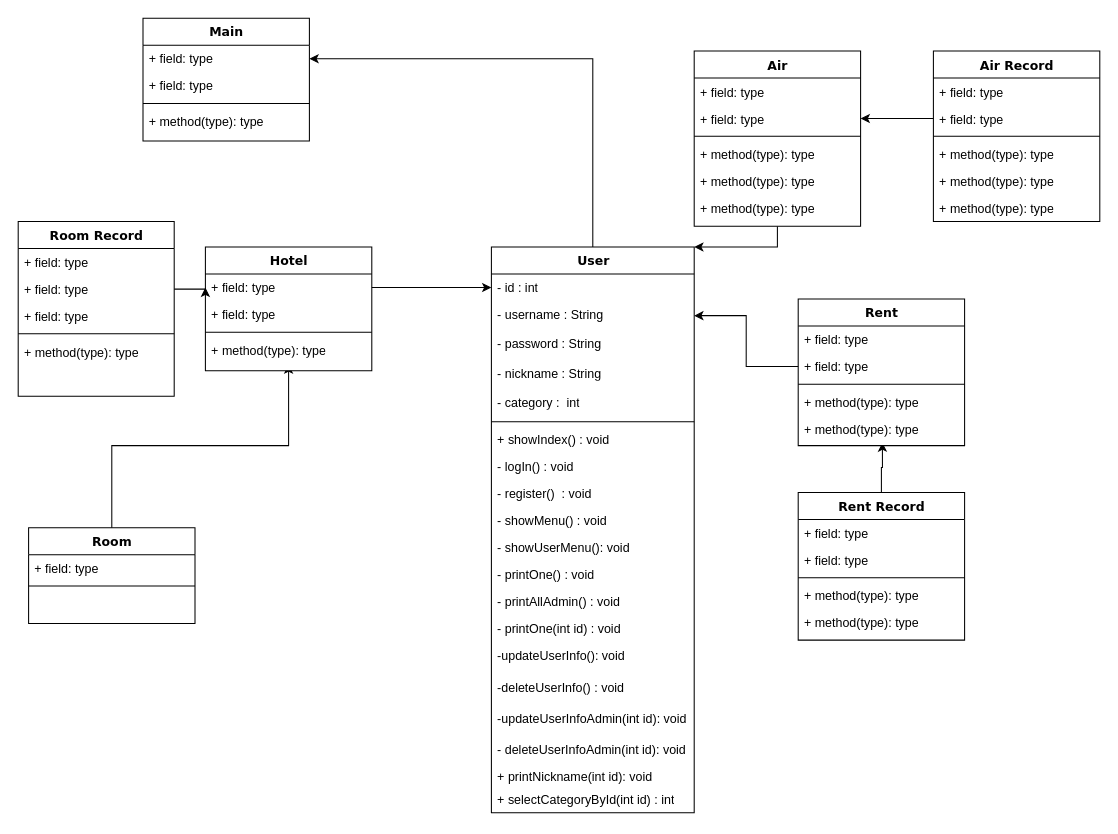
yunheeversal/Study keeps this draw.io diagram as 제목 없는 다이어그램.drawio. Above is the earlier version. Source tidied: cells renumbered, new cells numbered last; positions are measured from the earlier drawing's top-left corner, leaving out a move shared by most shapes. Both pictures are drawn from the tidied source at 104%, with x=0, y=0 at pixel (18, 18).
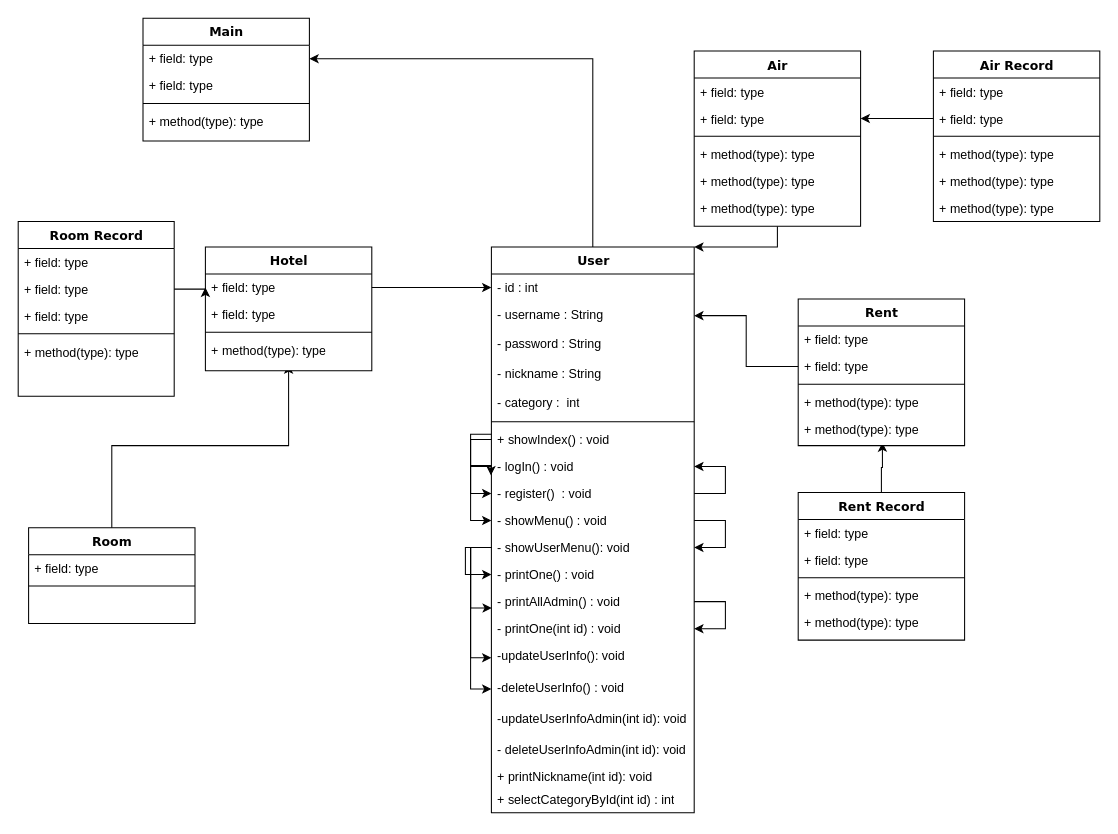
The same page after the edit.

Unchanged cells that the change refers to:
```xml
<mxCell id="9" value="User" style="swimlane;html=1;fontStyle=1;align=center;verticalAlign=top;horizontal=1;startSize=26;swimlaneFillColor=#ffffff;rounded=0;shadow=0;comic=0;labelBackgroundColor=none;strokeWidth=1;fillColor=none;fontFamily=Verdana;fontSize=12;" parent="1" vertex="1">
  <mxGeometry x="455" y="220" width="195" height="544" as="geometry" />
</mxCell>
<mxCell id="16" value="+ showIndex() : void" style="text;html=1;strokeColor=none;fillColor=none;align=left;verticalAlign=top;spacingLeft=4;spacingRight=4;whiteSpace=wrap;overflow=hidden;points=[[0,0.5],[1,0.5]];portConstraint=eastwest;" parent="9" vertex="1">
  <mxGeometry y="172" width="195" height="26" as="geometry" />
</mxCell>
<mxCell id="17" value="-&amp;nbsp;logIn() : void" style="text;html=1;strokeColor=none;fillColor=none;align=left;verticalAlign=top;spacingLeft=4;spacingRight=4;whiteSpace=wrap;overflow=hidden;points=[[0,0.5],[1,0.5]];portConstraint=eastwest;" parent="9" vertex="1">
  <mxGeometry y="198" width="195" height="26" as="geometry" />
</mxCell>
<mxCell id="18" value="-&amp;nbsp;register()&amp;nbsp; : void" style="text;html=1;strokeColor=none;fillColor=none;align=left;verticalAlign=top;spacingLeft=4;spacingRight=4;whiteSpace=wrap;overflow=hidden;points=[[0,0.5],[1,0.5]];portConstraint=eastwest;" parent="9" vertex="1">
  <mxGeometry y="224" width="195" height="26" as="geometry" />
</mxCell>
<mxCell id="19" value="-&amp;nbsp;showMenu() : void" style="text;html=1;strokeColor=none;fillColor=none;align=left;verticalAlign=top;spacingLeft=4;spacingRight=4;whiteSpace=wrap;overflow=hidden;points=[[0,0.5],[1,0.5]];portConstraint=eastwest;" parent="9" vertex="1">
  <mxGeometry y="250" width="195" height="26" as="geometry" />
</mxCell>
<mxCell id="20" value="-&amp;nbsp;showUserMenu(): void" style="text;html=1;strokeColor=none;fillColor=none;align=left;verticalAlign=top;spacingLeft=4;spacingRight=4;whiteSpace=wrap;overflow=hidden;points=[[0,0.5],[1,0.5]];portConstraint=eastwest;" parent="9" vertex="1">
  <mxGeometry y="276" width="195" height="26" as="geometry" />
</mxCell>
<mxCell id="21" value="-&amp;nbsp;printOne() : void" style="text;html=1;strokeColor=none;fillColor=none;align=left;verticalAlign=top;spacingLeft=4;spacingRight=4;whiteSpace=wrap;overflow=hidden;points=[[0,0.5],[1,0.5]];portConstraint=eastwest;" parent="9" vertex="1">
  <mxGeometry y="302" width="195" height="26" as="geometry" />
</mxCell>
<mxCell id="22" value="-&amp;nbsp;printAllAdmin() : void" style="text;html=1;strokeColor=none;fillColor=none;align=left;verticalAlign=top;spacingLeft=4;spacingRight=4;whiteSpace=wrap;overflow=hidden;points=[[0,0.5],[1,0.5]];portConstraint=eastwest;" parent="9" vertex="1">
  <mxGeometry y="328" width="195" height="26" as="geometry" />
</mxCell>
<mxCell id="23" value="-&amp;nbsp;printOne(int id) : void" style="text;html=1;strokeColor=none;fillColor=none;align=left;verticalAlign=top;spacingLeft=4;spacingRight=4;whiteSpace=wrap;overflow=hidden;points=[[0,0.5],[1,0.5]];portConstraint=eastwest;" parent="9" vertex="1">
  <mxGeometry y="354" width="195" height="26" as="geometry" />
</mxCell>
<mxCell id="24" value="-updateUserInfo(): void" style="text;html=1;strokeColor=none;fillColor=none;align=left;verticalAlign=top;spacingLeft=4;spacingRight=4;whiteSpace=wrap;overflow=hidden;points=[[0,0.5],[1,0.5]];portConstraint=eastwest;" parent="9" vertex="1">
  <mxGeometry y="380" width="195" height="30" as="geometry" />
</mxCell>
<mxCell id="25" value="-deleteUserInfo() : void" style="text;html=1;strokeColor=none;fillColor=none;align=left;verticalAlign=top;spacingLeft=4;spacingRight=4;whiteSpace=wrap;overflow=hidden;points=[[0,0.5],[1,0.5]];portConstraint=eastwest;" parent="9" vertex="1">
  <mxGeometry y="410" width="195" height="30" as="geometry" />
</mxCell>
```

The edit, as a diff of the source:
```diff
@@
+    <mxCell id="76" style="edgeStyle=orthogonalEdgeStyle;rounded=0;jettySize=auto;html=1;entryX=-0.002;entryY=0.83;entryDx=0;entryDy=0;entryPerimeter=0;" parent="9" edge="1" source="16" target="17">
+      <mxGeometry relative="1" as="geometry">
+        <Array as="points">
+          <mxPoint x="-20" y="180" />
+          <mxPoint x="-20" y="210" />
+          <mxPoint y="210" />
+        </Array>
+      </mxGeometry>
+    </mxCell>
+    <mxCell id="77" style="edgeStyle=orthogonalEdgeStyle;rounded=0;jettySize=auto;html=1;exitX=0;exitY=0.5;exitDx=0;exitDy=0;entryX=0;entryY=0.5;entryDx=0;entryDy=0;" parent="9" edge="1" source="16" target="18">
+      <mxGeometry relative="1" as="geometry" />
+    </mxCell>
@@
+    <mxCell id="78" style="edgeStyle=orthogonalEdgeStyle;rounded=0;jettySize=auto;html=1;exitX=0;exitY=0.5;exitDx=0;exitDy=0;entryX=0;entryY=0.5;entryDx=0;entryDy=0;" parent="9" edge="1" source="17" target="19">
+      <mxGeometry relative="1" as="geometry" />
+    </mxCell>
@@
+    <mxCell id="79" style="edgeStyle=orthogonalEdgeStyle;rounded=0;jettySize=auto;html=1;exitX=1;exitY=0.5;exitDx=0;exitDy=0;entryX=1;entryY=0.5;entryDx=0;entryDy=0;" parent="9" edge="1" source="18" target="17">
+      <mxGeometry relative="1" as="geometry">
+        <Array as="points">
+          <mxPoint x="225" y="237" />
+          <mxPoint x="225" y="211" />
+        </Array>
+      </mxGeometry>
+    </mxCell>
@@
+    <mxCell id="80" style="edgeStyle=orthogonalEdgeStyle;rounded=0;jettySize=auto;html=1;exitX=1;exitY=0.5;exitDx=0;exitDy=0;entryX=1;entryY=0.5;entryDx=0;entryDy=0;" parent="9" edge="1" source="19" target="20">
+      <mxGeometry relative="1" as="geometry">
+        <Array as="points">
+          <mxPoint x="225" y="263" />
+          <mxPoint x="225" y="289" />
+        </Array>
+      </mxGeometry>
+    </mxCell>
@@
+    <mxCell id="81" style="edgeStyle=orthogonalEdgeStyle;rounded=0;jettySize=auto;html=1;exitX=0;exitY=0.5;exitDx=0;exitDy=0;entryX=0.002;entryY=0.737;entryDx=0;entryDy=0;entryPerimeter=0;" parent="9" edge="1" source="20" target="22">
+      <mxGeometry relative="1" as="geometry" />
+    </mxCell>
+    <mxCell id="82" style="edgeStyle=orthogonalEdgeStyle;rounded=0;jettySize=auto;html=1;exitX=0;exitY=0.5;exitDx=0;exitDy=0;entryX=0;entryY=0.5;entryDx=0;entryDy=0;" parent="9" edge="1" source="20" target="24">
+      <mxGeometry relative="1" as="geometry" />
+    </mxCell>
+    <mxCell id="83" style="edgeStyle=orthogonalEdgeStyle;rounded=0;jettySize=auto;html=1;exitX=0;exitY=0.5;exitDx=0;exitDy=0;entryX=0;entryY=0.5;entryDx=0;entryDy=0;" parent="9" edge="1" source="20" target="25">
+      <mxGeometry relative="1" as="geometry" />
+    </mxCell>
+    <mxCell id="84" style="edgeStyle=orthogonalEdgeStyle;rounded=0;jettySize=auto;html=1;exitX=0;exitY=0.5;exitDx=0;exitDy=0;entryX=0;entryY=0.5;entryDx=0;entryDy=0;" parent="9" edge="1" source="20" target="21">
+      <mxGeometry relative="1" as="geometry">
+        <Array as="points">
+          <mxPoint x="-25" y="289" />
+          <mxPoint x="-25" y="315" />
+        </Array>
+      </mxGeometry>
+    </mxCell>
@@
+    <mxCell id="85" style="edgeStyle=orthogonalEdgeStyle;rounded=0;jettySize=auto;html=1;exitX=1;exitY=0.5;exitDx=0;exitDy=0;entryX=1;entryY=0.5;entryDx=0;entryDy=0;" parent="9" edge="1" source="22" target="23">
+      <mxGeometry relative="1" as="geometry">
+        <Array as="points">
+          <mxPoint x="225" y="341" />
+          <mxPoint x="225" y="367" />
+        </Array>
+      </mxGeometry>
+    </mxCell>
```
